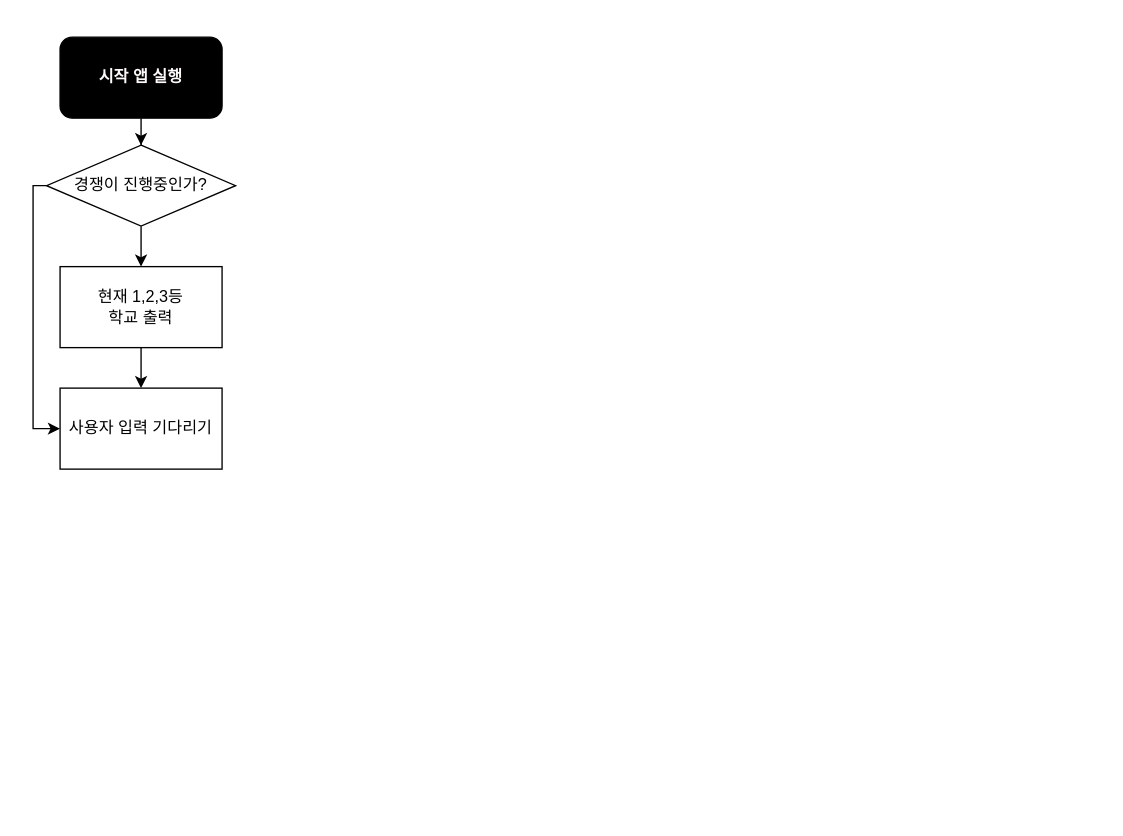
The draw.io diagram 제목 없는 다이어그램.drawio in windylung/Palette, before the edit. Source tidied: cells renumbered, new cells numbered last; positions are measured from the earlier drawing's top-left corner, leaving out a move shared by most shapes. Both pictures are drawn from the tidied source at 135%, with x=0, y=0 at pixel (32, 36).
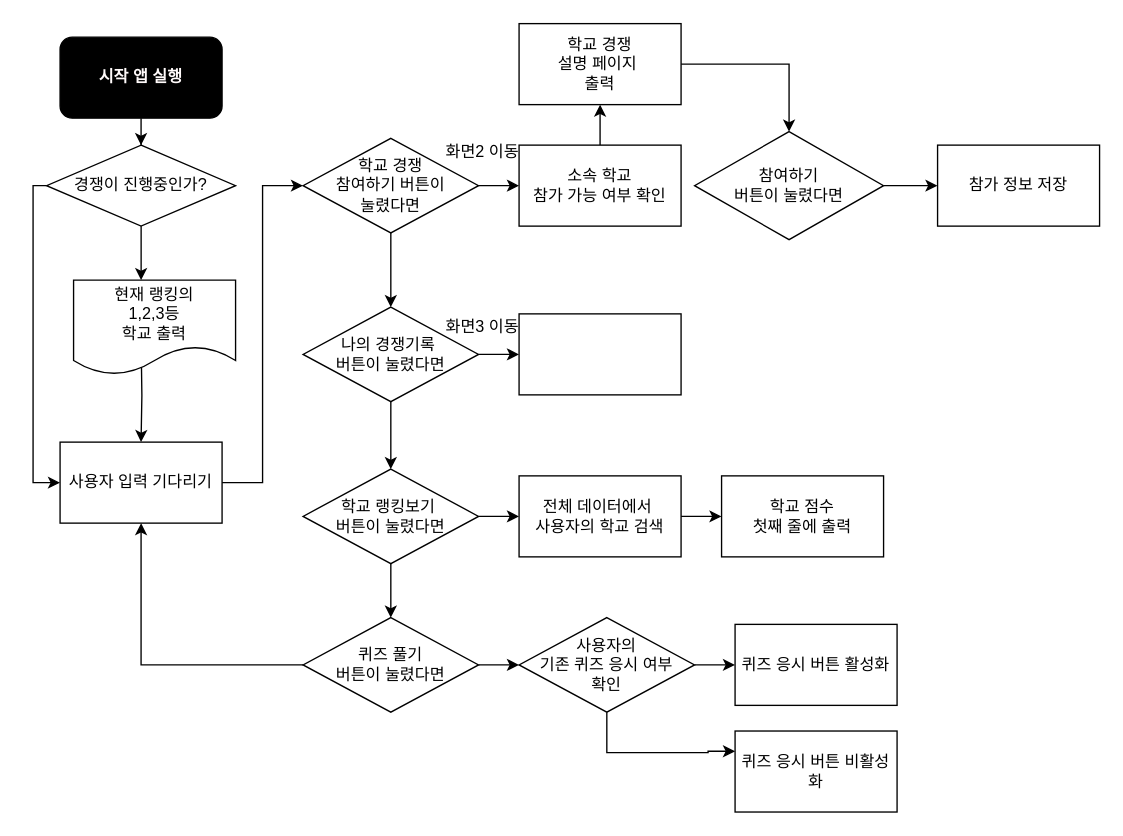
Above is the later version.

Commit message (it also covers changes not shown here):
제목 없는 다이어그램.drawio 업데이트

Unchanged cells that the change refers to:
```xml
<mxCell id="6" value="&lt;font color=&quot;#000000&quot;&gt;경쟁이 진행중인가?&lt;/font&gt;" style="rhombus;whiteSpace=wrap;html=1;labelBackgroundColor=none;fontColor=#FFFAFA;fillColor=#FFFFFF;" parent="1" vertex="1">
  <mxGeometry x="10" y="80" width="140" height="60" as="geometry" />
</mxCell>
```

The edit, as a diff of the source:
```diff
@@
-    <mxCell id="4" style="edgeStyle=orthogonalEdgeStyle;rounded=0;jettySize=auto;html=1;entryX=0.5;entryY=0;entryDx=0;entryDy=0;fontColor=#000000;" parent="1" edge="1" source="6" target="8">
-      <mxGeometry relative="1" as="geometry" />
-    </mxCell>
     <mxCell id="5" style="edgeStyle=orthogonalEdgeStyle;rounded=0;jettySize=auto;html=1;entryX=0;entryY=0.5;entryDx=0;entryDy=0;fontColor=#000000;" parent="1" edge="1" source="6" target="9">
       <mxGeometry relative="1" as="geometry">
         <Array as="points">
           <mxPoint y="110" />
-          <mxPoint y="290" />
+          <mxPoint y="330" />
         </Array>
       </mxGeometry>
     </mxCell>
+    <mxCell id="10" style="edgeStyle=orthogonalEdgeStyle;rounded=0;jettySize=auto;html=1;entryX=0.417;entryY=0;entryDx=0;entryDy=0;entryPerimeter=0;fontColor=#000000;" parent="1" edge="1" source="6" target="12">
+      <mxGeometry relative="1" as="geometry" />
+    </mxCell>
@@
-    <mxCell id="7" style="edgeStyle=orthogonalEdgeStyle;rounded=0;jettySize=auto;html=1;fontColor=#000000;entryX=0.5;entryY=0;entryDx=0;entryDy=0;" parent="1" edge="1" source="8" target="9">
-      <mxGeometry relative="1" as="geometry" />
+    <mxCell id="7" style="edgeStyle=orthogonalEdgeStyle;rounded=0;jettySize=auto;html=1;fontColor=#000000;entryX=0.5;entryY=0;entryDx=0;entryDy=0;" parent="1" edge="1" target="9">
+      <mxGeometry relative="1" as="geometry">
+        <mxPoint x="80.1" y="230" as="sourcePoint" />
+      </mxGeometry>
     </mxCell>
-    <mxCell id="8" value="현재 1,2,3등&lt;br&gt;학교 출력" style="rounded=0;whiteSpace=wrap;html=1;labelBackgroundColor=none;fontColor=#000000;fillColor=#FFFFFF;" parent="1" vertex="1">
-      <mxGeometry x="20" y="170" width="120" height="60" as="geometry" />
-    </mxCell>
+    <mxCell id="11" style="edgeStyle=orthogonalEdgeStyle;rounded=0;jettySize=auto;html=1;fontColor=#000000;entryX=0;entryY=0.5;entryDx=0;entryDy=0;" parent="1" edge="1" source="9" target="15">
+      <mxGeometry relative="1" as="geometry" />
+    </mxCell>
     <mxCell id="9" value="사용자 입력 기다리기" style="rounded=0;whiteSpace=wrap;html=1;labelBackgroundColor=none;fontColor=#000000;fillColor=#FFFFFF;" parent="1" vertex="1">
-      <mxGeometry x="20" y="260" width="120" height="60" as="geometry" />
+      <mxGeometry x="20" y="300" width="120" height="60" as="geometry" />
     </mxCell>
+    <mxCell id="12" value="현재 랭킹의&lt;br&gt;1,2,3등&lt;br&gt;학교 출력" style="shape=document;whiteSpace=wrap;html=1;boundedLbl=1;labelBackgroundColor=none;fontColor=#000000;fillColor=#FFFFFF;" parent="1" vertex="1">
+      <mxGeometry x="30" y="180" width="120" height="70" as="geometry" />
+    </mxCell>
+    <mxCell id="13" style="edgeStyle=orthogonalEdgeStyle;rounded=0;jettySize=auto;html=1;fontColor=#000000;" parent="1" edge="1" source="15" target="18">
+      <mxGeometry relative="1" as="geometry" />
+    </mxCell>
+    <mxCell id="14" style="edgeStyle=orthogonalEdgeStyle;rounded=0;jettySize=auto;html=1;fontColor=#000000;" parent="1" edge="1" source="15" target="26">
+      <mxGeometry relative="1" as="geometry" />
+    </mxCell>
+    <mxCell id="15" value="학교 경쟁&lt;br&gt;참여하기 버튼이&lt;br&gt;눌렸다면" style="rhombus;whiteSpace=wrap;html=1;labelBackgroundColor=none;fontColor=#000000;fillColor=#FFFFFF;" parent="1" vertex="1">
+      <mxGeometry x="200" y="75" width="130" height="70" as="geometry" />
+    </mxCell>
+    <mxCell id="16" style="edgeStyle=orthogonalEdgeStyle;rounded=0;jettySize=auto;html=1;fontColor=#000000;" parent="1" edge="1" source="18" target="21">
+      <mxGeometry relative="1" as="geometry" />
+    </mxCell>
+    <mxCell id="17" style="edgeStyle=orthogonalEdgeStyle;rounded=0;jettySize=auto;html=1;fontColor=#000000;" parent="1" edge="1" source="18" target="29">
+      <mxGeometry relative="1" as="geometry" />
+    </mxCell>
+    <mxCell id="18" value="나의 경쟁기록&amp;nbsp;&lt;br&gt;버튼이 눌렸다면" style="rhombus;whiteSpace=wrap;html=1;labelBackgroundColor=none;fontColor=#000000;fillColor=#FFFFFF;" parent="1" vertex="1">
+      <mxGeometry x="200" y="200" width="130" height="70" as="geometry" />
+    </mxCell>
+    <mxCell id="19" style="edgeStyle=orthogonalEdgeStyle;rounded=0;jettySize=auto;html=1;fontColor=#000000;" parent="1" edge="1" source="21" target="24">
+      <mxGeometry relative="1" as="geometry" />
+    </mxCell>
+    <mxCell id="20" style="edgeStyle=orthogonalEdgeStyle;rounded=0;jettySize=auto;html=1;fontColor=#000000;" parent="1" edge="1" source="21" target="34">
+      <mxGeometry relative="1" as="geometry" />
+    </mxCell>
+    <mxCell id="21" value="학교 랭킹보기&amp;nbsp;&lt;br&gt;버튼이 눌렸다면" style="rhombus;whiteSpace=wrap;html=1;labelBackgroundColor=none;fontColor=#000000;fillColor=#FFFFFF;" parent="1" vertex="1">
+      <mxGeometry x="200" y="320" width="130" height="70" as="geometry" />
+    </mxCell>
+    <mxCell id="22" style="edgeStyle=orthogonalEdgeStyle;rounded=0;jettySize=auto;html=1;fontColor=#000000;" parent="1" edge="1" source="24" target="9">
+      <mxGeometry relative="1" as="geometry" />
+    </mxCell>
+    <mxCell id="23" style="edgeStyle=orthogonalEdgeStyle;rounded=0;jettySize=auto;html=1;fontColor=#000000;" parent="1" edge="1" source="24" target="40">
+      <mxGeometry relative="1" as="geometry" />
+    </mxCell>
+    <mxCell id="24" value="퀴즈 풀기 &lt;br&gt;버튼이 눌렸다면" style="rhombus;whiteSpace=wrap;html=1;labelBackgroundColor=none;fontColor=#000000;fillColor=#FFFFFF;" parent="1" vertex="1">
+      <mxGeometry x="200" y="430" width="130" height="70" as="geometry" />
+    </mxCell>
+    <mxCell id="25" style="edgeStyle=orthogonalEdgeStyle;rounded=0;jettySize=auto;html=1;fontColor=#000000;" parent="1" edge="1" source="26" target="31">
+      <mxGeometry relative="1" as="geometry" />
+    </mxCell>
+    <mxCell id="26" value="소속 학교&lt;br&gt;참가 가능 여부 확인" style="whiteSpace=wrap;html=1;fillColor=#FFFFFF;fontColor=#000000;labelBackgroundColor=none;" parent="1" vertex="1">
+      <mxGeometry x="360" y="80" width="120" height="60" as="geometry" />
+    </mxCell>
+    <mxCell id="27" style="edgeStyle=orthogonalEdgeStyle;rounded=0;jettySize=auto;html=1;fontColor=#000000;" parent="1" edge="1" source="28" target="32">
+      <mxGeometry relative="1" as="geometry" />
+    </mxCell>
+    <mxCell id="28" value="참여하기 &lt;br&gt;버튼이 눌렸다면" style="rhombus;whiteSpace=wrap;html=1;fillColor=#FFFFFF;fontColor=#000000;labelBackgroundColor=none;" parent="1" vertex="1">
+      <mxGeometry x="490" y="70" width="140" height="80" as="geometry" />
+    </mxCell>
+    <mxCell id="29" style="whiteSpace=wrap;html=1;fillColor=#FFFFFF;fontColor=#000000;labelBackgroundColor=none;" parent="1" vertex="1">
+      <mxGeometry x="360" y="205" width="120" height="60" as="geometry" />
+    </mxCell>
+    <mxCell id="30" style="edgeStyle=orthogonalEdgeStyle;rounded=0;jettySize=auto;html=1;entryX=0.5;entryY=0;entryDx=0;entryDy=0;fontColor=#000000;" parent="1" edge="1" source="31" target="28">
+      <mxGeometry relative="1" as="geometry" />
+    </mxCell>
+    <mxCell id="31" value="학교 경쟁&lt;br&gt;설명 페이지&amp;nbsp;&lt;br&gt;출력" style="whiteSpace=wrap;html=1;fillColor=#FFFFFF;fontColor=#000000;labelBackgroundColor=none;" parent="1" vertex="1">
+      <mxGeometry x="360" y="-10" width="120" height="60" as="geometry" />
+    </mxCell>
+    <mxCell id="32" value="참가 정보 저장" style="whiteSpace=wrap;html=1;fillColor=#FFFFFF;fontColor=#000000;labelBackgroundColor=none;" parent="1" vertex="1">
+      <mxGeometry x="670" y="80" width="120" height="60" as="geometry" />
+    </mxCell>
+    <mxCell id="33" style="edgeStyle=orthogonalEdgeStyle;rounded=0;jettySize=auto;html=1;fontColor=#000000;" parent="1" edge="1" source="34" target="35">
+      <mxGeometry relative="1" as="geometry" />
+    </mxCell>
+    <mxCell id="34" value="전체 데이터에서&amp;nbsp;&lt;br&gt;사용자의 학교 검색" style="whiteSpace=wrap;html=1;fillColor=#FFFFFF;fontColor=#000000;labelBackgroundColor=none;" parent="1" vertex="1">
+      <mxGeometry x="360" y="325" width="120" height="60" as="geometry" />
+    </mxCell>
+    <mxCell id="35" value="학교 점수 &lt;br&gt;첫째 줄에 출력" style="whiteSpace=wrap;html=1;fillColor=#FFFFFF;fontColor=#000000;labelBackgroundColor=none;" parent="1" vertex="1">
+      <mxGeometry x="510" y="325" width="120" height="60" as="geometry" />
+    </mxCell>
+    <mxCell id="36" value="화면2 이동" style="text;strokeColor=none;fillColor=none;align=left;verticalAlign=middle;spacingLeft=4;spacingRight=4;overflow=hidden;whiteSpace=wrap;html=1;labelBackgroundColor=none;fontColor=#000000;" parent="1" vertex="1">
+      <mxGeometry x="300" y="70" width="70" height="30" as="geometry" />
+    </mxCell>
+    <mxCell id="37" value="화면3 이동" style="text;strokeColor=none;fillColor=none;align=left;verticalAlign=middle;spacingLeft=4;spacingRight=4;overflow=hidden;whiteSpace=wrap;html=1;labelBackgroundColor=none;fontColor=#000000;" parent="1" vertex="1">
+      <mxGeometry x="300" y="200" width="70" height="30" as="geometry" />
+    </mxCell>
+    <mxCell id="38" style="edgeStyle=orthogonalEdgeStyle;rounded=0;jettySize=auto;html=1;fontColor=#000000;" parent="1" edge="1" source="40" target="41">
+      <mxGeometry relative="1" as="geometry" />
+    </mxCell>
+    <mxCell id="39" style="edgeStyle=orthogonalEdgeStyle;rounded=0;jettySize=auto;html=1;entryX=0;entryY=0.25;entryDx=0;entryDy=0;fontColor=#000000;" parent="1" edge="1" source="40" target="42">
+      <mxGeometry relative="1" as="geometry">
+        <Array as="points">
+          <mxPoint x="425" y="530" />
+          <mxPoint x="500" y="530" />
+        </Array>
+      </mxGeometry>
+    </mxCell>
+    <mxCell id="40" value="사용자의&lt;br&gt;기존 퀴즈 응시 여부&lt;br&gt;확인" style="rhombus;whiteSpace=wrap;html=1;labelBackgroundColor=none;fontColor=#000000;fillColor=#FFFFFF;" parent="1" vertex="1">
+      <mxGeometry x="360" y="430" width="130" height="70" as="geometry" />
+    </mxCell>
+    <mxCell id="41" value="퀴즈 응시 버튼 활성화" style="whiteSpace=wrap;html=1;fillColor=#FFFFFF;fontColor=#000000;labelBackgroundColor=none;" parent="1" vertex="1">
+      <mxGeometry x="520" y="435" width="120" height="60" as="geometry" />
+    </mxCell>
+    <mxCell id="42" value="퀴즈 응시 버튼 비활성화" style="whiteSpace=wrap;html=1;fillColor=#FFFFFF;fontColor=#000000;labelBackgroundColor=none;" parent="1" vertex="1">
+      <mxGeometry x="520" y="514" width="120" height="60" as="geometry" />
+    </mxCell>
```
